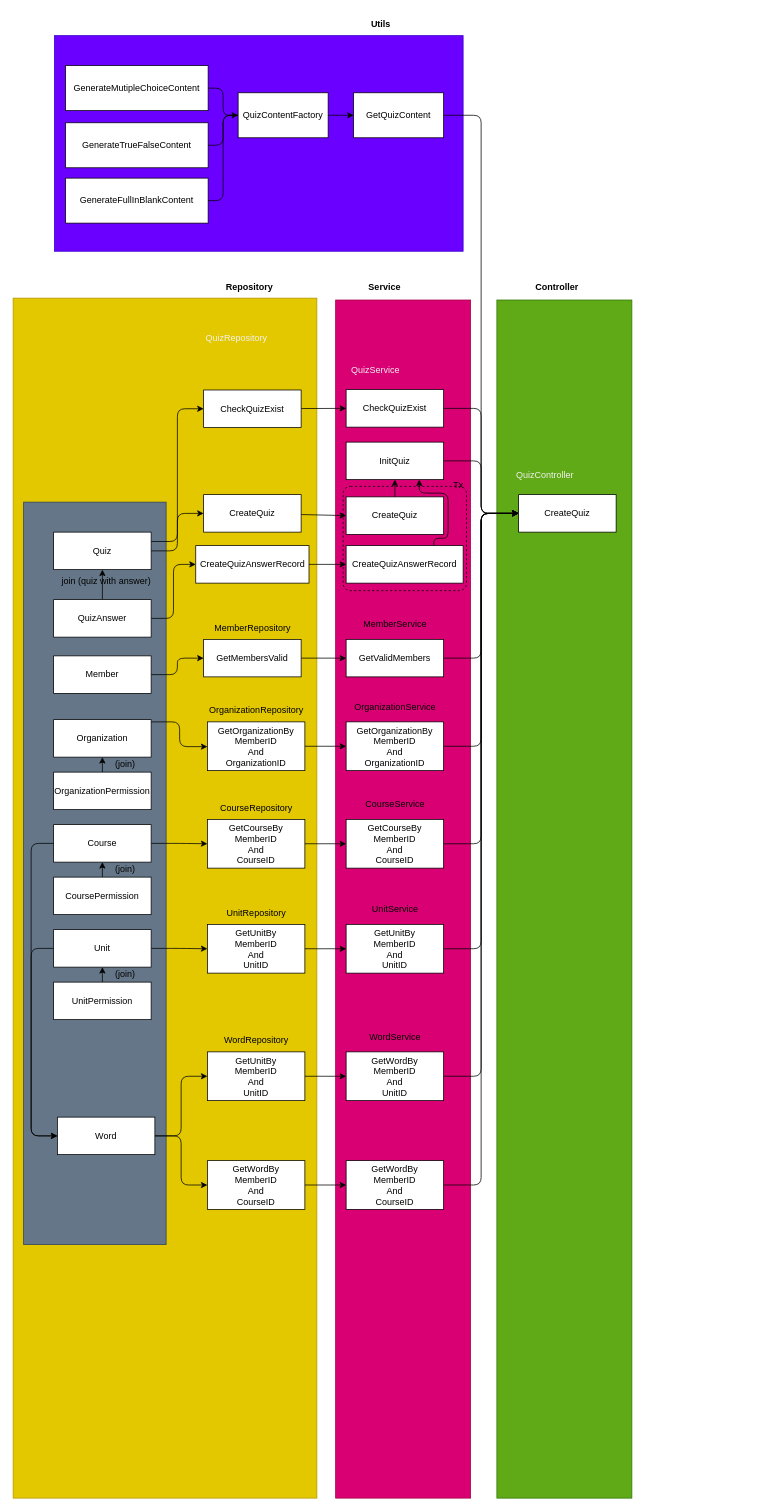
Above: page "Quiz" (2 of 2) of ERD.drawio in adon988/go_api_example (draw.io), before the change. Source tidied: cells renumbered, new cells numbered last; positions are measured from the earlier drawing's top-left corner, leaving out a move shared by most shapes. Both pictures are drawn from the tidied source at 75%, with x=0, y=0 at pixel (13, 13).
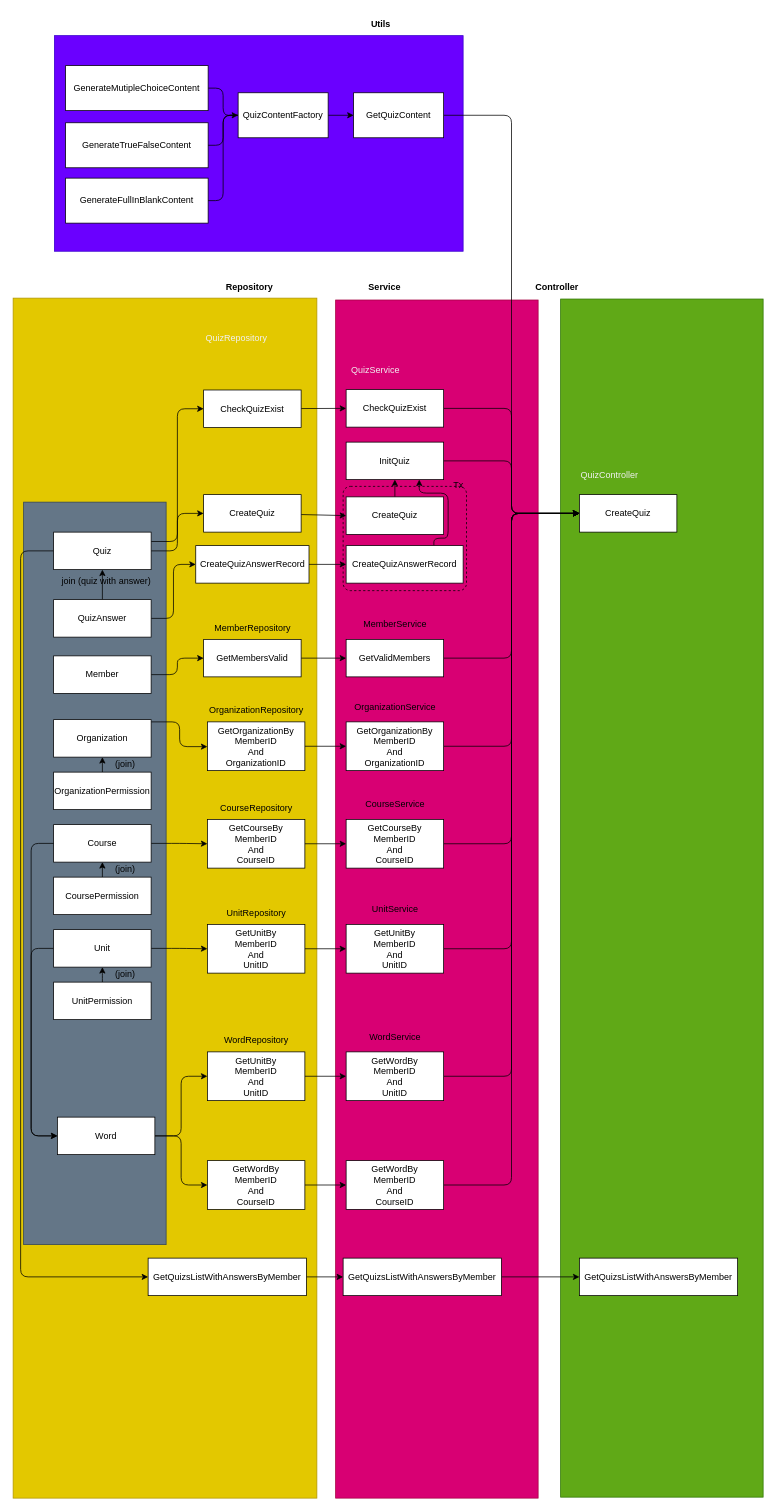
After the change.

The change refers to these unchanged cells:
```xml
<mxCell id="15" value="Quiz" style="rounded=0;whiteSpace=wrap;html=1;" parent="1" vertex="1">
  <mxGeometry x="54" y="692" width="130" height="50" as="geometry" />
</mxCell>
```

What changed in the source:
```diff
@@
     <mxCell id="2" style="rounded=0;whiteSpace=wrap;html=1;fillColor=#d80073;fontColor=#ffffff;strokeColor=#A50040;" parent="1" vertex="1">
-      <mxGeometry x="430" y="382.5" width="180" height="1597.5" as="geometry" />
+      <mxGeometry x="430" y="382.5" width="270" height="1597.5" as="geometry" />
     </mxCell>
@@
     <mxCell id="5" style="rounded=0;whiteSpace=wrap;html=1;fillColor=#60a917;fontColor=#ffffff;strokeColor=#2D7600;" parent="1" vertex="1">
-      <mxGeometry x="645" y="382.5" width="180" height="1597.5" as="geometry" />
+      <mxGeometry x="730" y="381.2" width="270" height="1597.5" as="geometry" />
     </mxCell>
@@
     <mxCell id="8" value="CreateQuiz" style="rounded=0;whiteSpace=wrap;html=1;" parent="1" vertex="1">
-      <mxGeometry x="674" y="642" width="130" height="50" as="geometry" />
+      <mxGeometry x="755" y="642" width="130" height="50" as="geometry" />
     </mxCell>
@@
+    <mxCell id="104" style="edgeStyle=orthogonalEdgeStyle;html=1;exitX=0;exitY=0.5;exitDx=0;exitDy=0;entryX=0;entryY=0.5;entryDx=0;entryDy=0;" parent="1" edge="1" source="15" target="109">
+      <mxGeometry relative="1" as="geometry">
+        <Array as="points">
+          <mxPoint x="10" y="717" />
+          <mxPoint x="10" y="1685" />
+        </Array>
+      </mxGeometry>
+    </mxCell>
@@
     <mxCell id="93" value="&lt;span style=&quot;color: rgb(240, 240, 240); font-family: Helvetica; font-size: 12px; font-style: normal; font-variant-ligatures: normal; font-variant-caps: normal; font-weight: 400; letter-spacing: normal; orphans: 2; text-align: center; text-indent: 0px; text-transform: none; widows: 2; word-spacing: 0px; -webkit-text-stroke-width: 0px; text-decoration-thickness: initial; text-decoration-style: initial; text-decoration-color: initial; float: none; display: inline !important;&quot;&gt;QuizController&lt;/span&gt;" style="text;whiteSpace=wrap;html=1;" parent="1" vertex="1">
-      <mxGeometry x="669" y="602" width="100" height="40" as="geometry" />
+      <mxGeometry x="755" y="602" width="100" height="40" as="geometry" />
     </mxCell>
@@
+    <mxCell id="105" value="GetQuizsListWithAnswersByMember" style="rounded=0;whiteSpace=wrap;html=1;" parent="1" vertex="1">
+      <mxGeometry x="755" y="1660" width="211" height="50" as="geometry" />
+    </mxCell>
+    <mxCell id="106" style="edgeStyle=orthogonalEdgeStyle;html=1;entryX=0;entryY=0.5;entryDx=0;entryDy=0;" parent="1" edge="1" source="107" target="105">
+      <mxGeometry relative="1" as="geometry" />
+    </mxCell>
+    <mxCell id="107" value="GetQuizsListWithAnswersByMember" style="rounded=0;whiteSpace=wrap;html=1;" parent="1" vertex="1">
+      <mxGeometry x="440" y="1660" width="211" height="50" as="geometry" />
+    </mxCell>
+    <mxCell id="108" style="edgeStyle=orthogonalEdgeStyle;html=1;exitX=1;exitY=0.5;exitDx=0;exitDy=0;entryX=0;entryY=0.5;entryDx=0;entryDy=0;" parent="1" edge="1" source="109" target="107">
+      <mxGeometry relative="1" as="geometry" />
+    </mxCell>
+    <mxCell id="109" value="GetQuizsListWithAnswersByMember" style="rounded=0;whiteSpace=wrap;html=1;" parent="1" vertex="1">
+      <mxGeometry x="180" y="1660" width="211" height="50" as="geometry" />
+    </mxCell>
```
